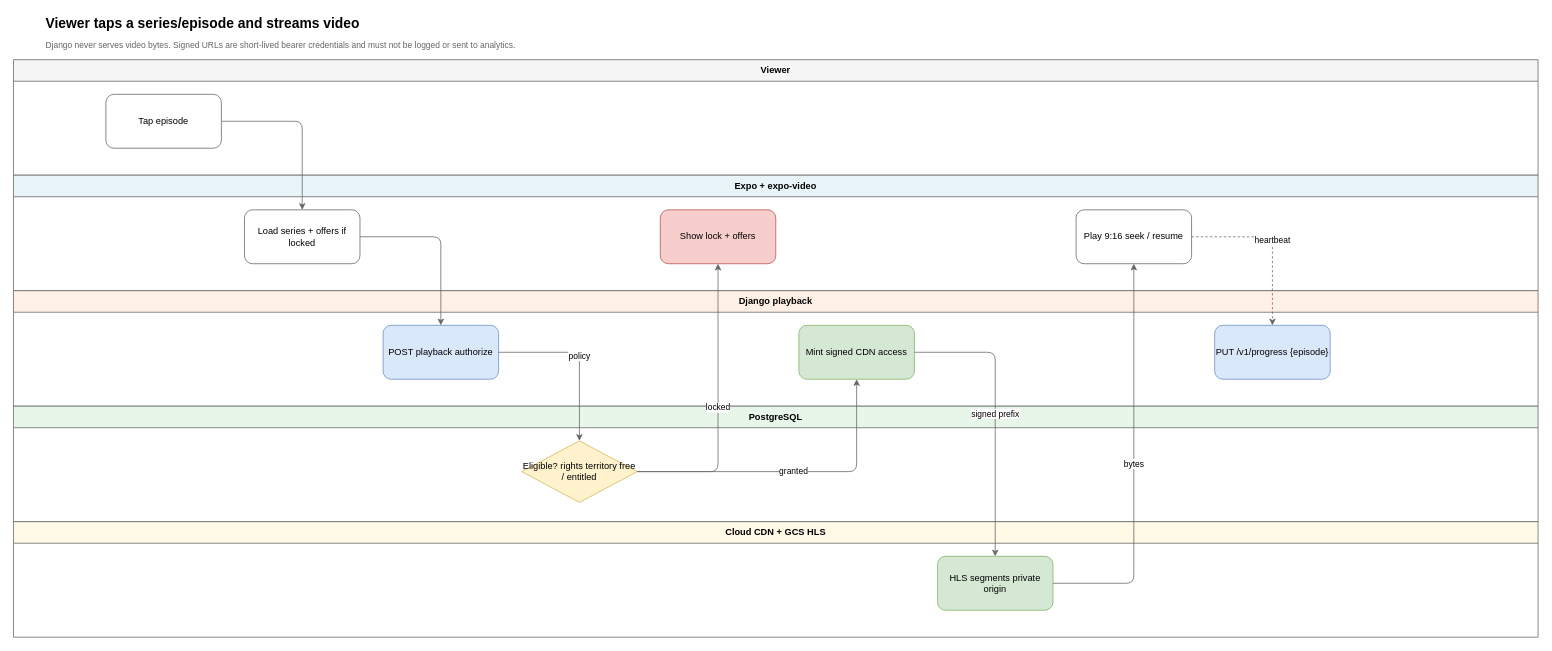
Above: page "4. Episode click and HLS" (4 of 10) of docs/architecture/shortform-streaming.drawio in pedroharaujo/shortform-streaming (draw.io), before the change. Source tidied: cells renumbered, new cells numbered last; positions are measured from the earlier drawing's top-left corner, leaving out a move shared by most shapes. Both pictures are drawn from the tidied source at 77%, with x=0, y=0 at pixel (13, 13).
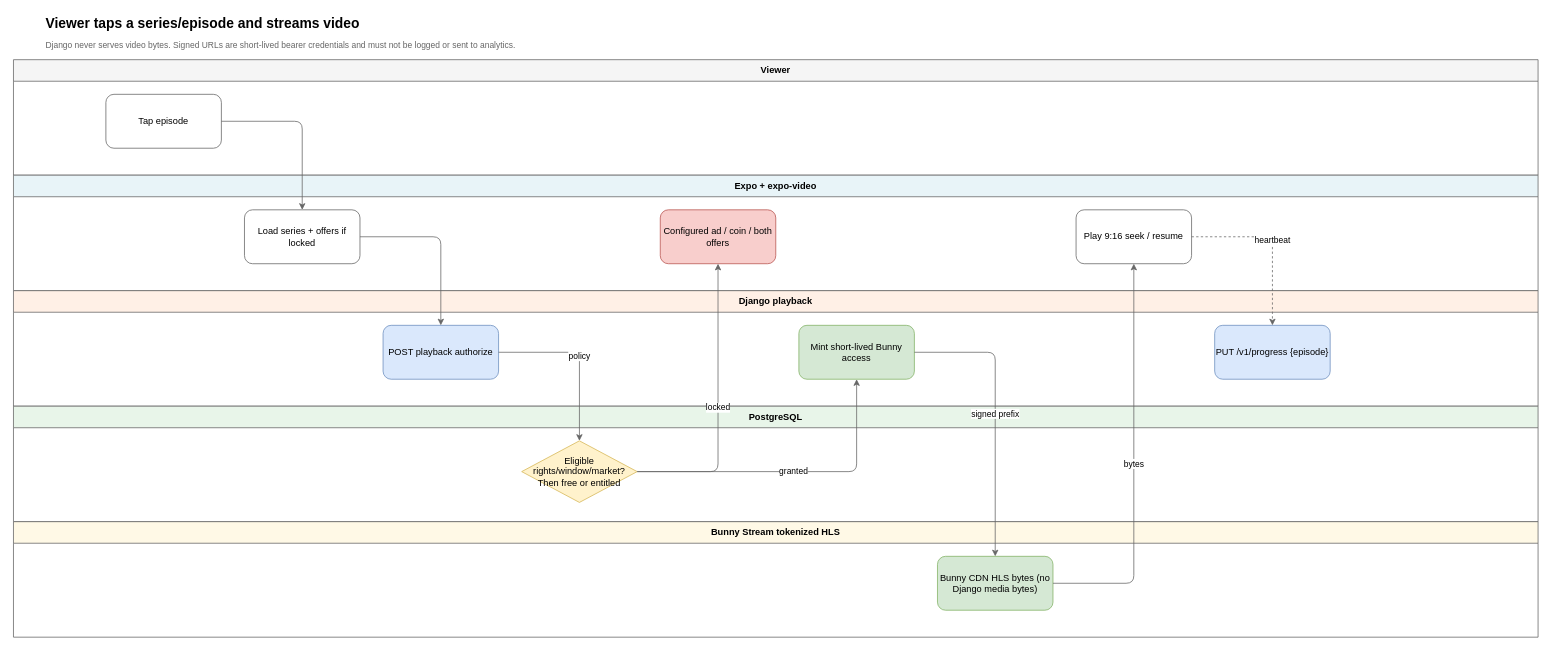
After the change.

Unchanged cells that the change refers to:
```xml
<mxCell id="5" value="Expo + expo-video" style="swimlane;startSize=28;html=1;whiteSpace=wrap;fillColor=#e8f4f8;strokeColor=#666666;fontStyle=1;" parent="1" vertex="1">
  <mxGeometry y="210" width="1980" height="150" as="geometry" />
</mxCell>
<mxCell id="6" value="Django playback" style="swimlane;startSize=28;html=1;whiteSpace=wrap;fillColor=#fff0e6;strokeColor=#666666;fontStyle=1;" parent="1" vertex="1">
  <mxGeometry y="360" width="1980" height="150" as="geometry" />
</mxCell>
<mxCell id="7" value="PostgreSQL" style="swimlane;startSize=28;html=1;whiteSpace=wrap;fillColor=#e8f5e9;strokeColor=#666666;fontStyle=1;" parent="1" vertex="1">
  <mxGeometry y="510" width="1980" height="150" as="geometry" />
</mxCell>
```

What changed in the source:
```diff
@@
-    <mxCell id="8" value="Cloud CDN + GCS HLS" style="swimlane;startSize=28;html=1;whiteSpace=wrap;fillColor=#fff9e6;strokeColor=#666666;fontStyle=1;" parent="1" vertex="1">
+    <mxCell id="8" value="Bunny Stream tokenized HLS" style="swimlane;startSize=28;html=1;whiteSpace=wrap;fillColor=#fff9e6;strokeColor=#666666;fontStyle=1;" parent="1" vertex="1">
       <mxGeometry y="660" width="1980" height="150" as="geometry" />
     </mxCell>
@@
-    <mxCell id="12" value="Eligible? rights territory free / entitled" style="rhombus;whiteSpace=wrap;html=1;fillColor=#fff2cc;strokeColor=#d6b656;" parent="7" vertex="1">
+    <mxCell id="12" value="Eligible rights/window/market? Then free or entitled" style="rhombus;whiteSpace=wrap;html=1;fillColor=#fff2cc;strokeColor=#d6b656;" parent="7" vertex="1">
       <mxGeometry x="660" y="45" width="150" height="80" as="geometry" />
     </mxCell>
-    <mxCell id="13" value="Show lock + offers" style="rounded=1;whiteSpace=wrap;html=1;align=center;verticalAlign=middle;fillColor=#f8cecc;strokeColor=#b85450;" parent="5" vertex="1">
+    <mxCell id="13" value="Configured ad / coin / both offers" style="rounded=1;whiteSpace=wrap;html=1;align=center;verticalAlign=middle;fillColor=#f8cecc;strokeColor=#b85450;" parent="5" vertex="1">
       <mxGeometry x="840" y="45" width="150" height="70" as="geometry" />
     </mxCell>
-    <mxCell id="14" value="Mint signed CDN access" style="rounded=1;whiteSpace=wrap;html=1;align=center;verticalAlign=middle;fillColor=#d5e8d4;strokeColor=#82b366;" parent="6" vertex="1">
+    <mxCell id="14" value="Mint short-lived Bunny access" style="rounded=1;whiteSpace=wrap;html=1;align=center;verticalAlign=middle;fillColor=#d5e8d4;strokeColor=#82b366;" parent="6" vertex="1">
       <mxGeometry x="1020" y="45" width="150" height="70" as="geometry" />
     </mxCell>
-    <mxCell id="15" value="HLS segments private origin" style="rounded=1;whiteSpace=wrap;html=1;align=center;verticalAlign=middle;fillColor=#d5e8d4;strokeColor=#82b366;" parent="8" vertex="1">
+    <mxCell id="15" value="Bunny CDN HLS bytes (no Django media bytes)" style="rounded=1;whiteSpace=wrap;html=1;align=center;verticalAlign=middle;fillColor=#d5e8d4;strokeColor=#82b366;" parent="8" vertex="1">
       <mxGeometry x="1200" y="45" width="150" height="70" as="geometry" />
     </mxCell>
```
